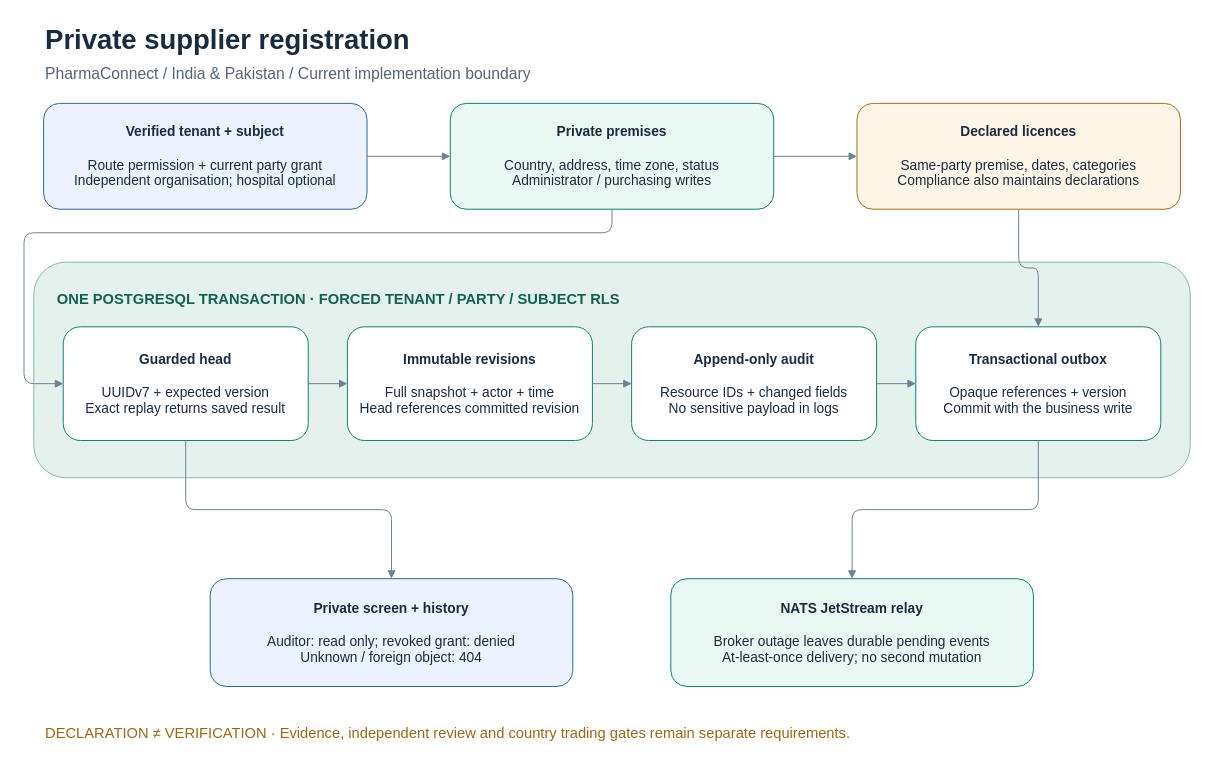
Earlier version of the draw.io diagram docs/architecture/diagrams/13-supply-premises-licences.drawio (tesserix/helivanta). Source tidied: cells renumbered, new cells numbered last; positions are measured from the earlier drawing's top-left corner, leaving out a move shared by most shapes. Both pictures are drawn from the tidied source at 98%, with x=0, y=0 at pixel (24, 17).
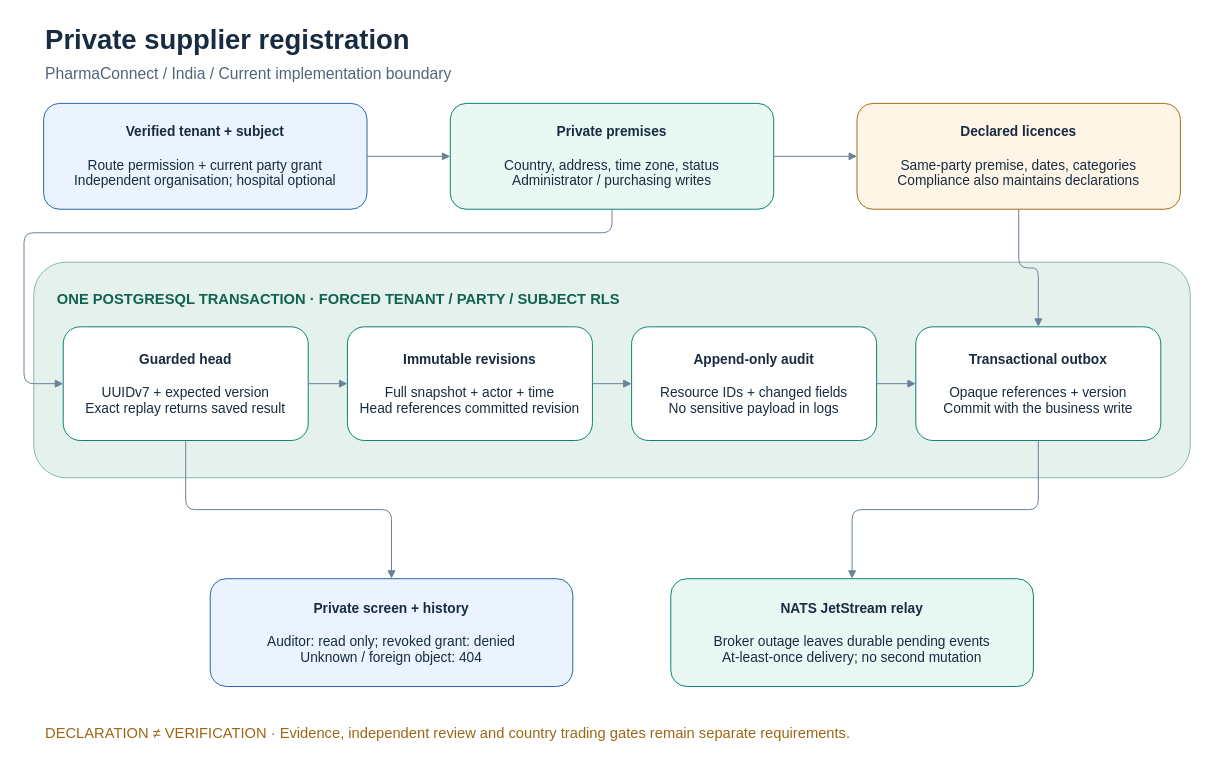
The same page after the edit.

Diff of the diagram source:
```diff
@@
-    <mxCell id="3" value="PharmaConnect / India &amp;amp; Pakistan / Current implementation boundary" style="text;html=1;fontSize=16;align=left;fontColor=#516579;" parent="1" vertex="1">
+    <mxCell id="3" value="PharmaConnect / India / Current implementation boundary" style="text;html=1;fontSize=16;align=left;fontColor=#516579;" parent="1" vertex="1">
       <mxGeometry x="20" y="42" width="1100" height="30" as="geometry" />
     </mxCell>
```
